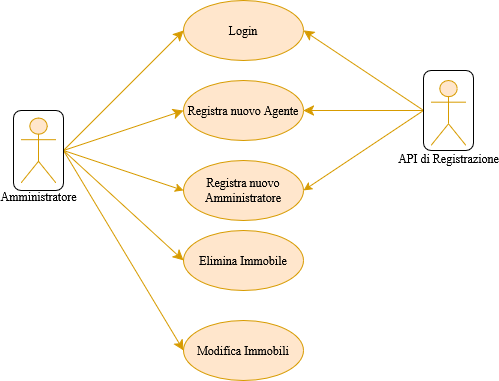
Earlier version of the draw.io export diagrammi/UseCase-Admin.drawio.png (Sperob98/Documentazione-DietiEstates25). Source tidied: cells renumbered, new cells last; positions are measured from the earlier drawing's top-left corner, leaving out a move shared by most shapes.
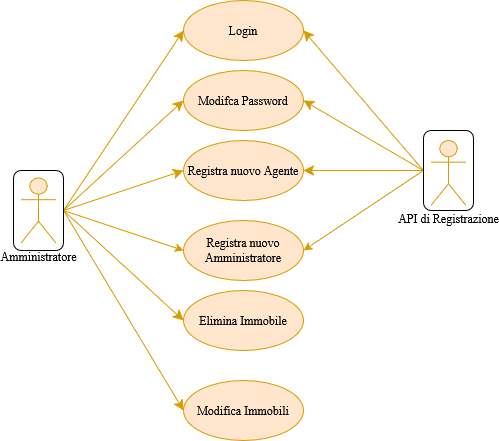
Above is the later version.

The edit, as a diff of the source:
```diff
@@ -15,7 +15,7 @@
       <mxGeometry x="170" y="80" width="120" height="60" as="geometry" />
     </mxCell>
     <mxCell id="6" value="Login" style="ellipse;whiteSpace=wrap;html=1;rounded=0;fillColor=#ffe6cc;strokeColor=#d79b00;" parent="1" vertex="1">
-      <mxGeometry x="170" width="120" height="60" as="geometry" />
+      <mxGeometry x="170" y="-60" width="120" height="60" as="geometry" />
     </mxCell>
     <mxCell id="7" value="Elimina Immobile" style="ellipse;whiteSpace=wrap;html=1;rounded=0;fillColor=#ffe6cc;strokeColor=#d79b00;" parent="1" vertex="1">
       <mxGeometry x="170" y="230" width="120" height="60" as="geometry" />
@@ -38,6 +38,9 @@
     <mxCell id="13" style="rounded=0;jettySize=auto;html=1;exitX=1;exitY=0.5;exitDx=0;exitDy=0;entryX=0;entryY=0.5;entryDx=0;entryDy=0;fillColor=#ffe6cc;strokeColor=#d79b00;" parent="1" edge="1" source="14" target="16">
       <mxGeometry relative="1" as="geometry" />
     </mxCell>
+    <mxCell id="19" style="edgeStyle=none;shape=connector;curved=1;rounded=0;jettySize=auto;html=1;exitX=1;exitY=0.5;exitDx=0;exitDy=0;entryX=0;entryY=0.5;entryDx=0;entryDy=0;strokeColor=#d79b00;align=center;verticalAlign=middle;fontFamily=Helvetica;fontSize=12;fontColor=default;labelBackgroundColor=default;startSize=8;endArrow=classic;endSize=8;fillColor=#ffe6cc;" parent="1" edge="1" source="14" target="21">
+      <mxGeometry relative="1" as="geometry" />
+    </mxCell>
     <mxCell id="14" style="rounded=1;whiteSpace=wrap;html=1;" parent="1" vertex="1">
       <mxGeometry y="110" width="50" height="80" as="geometry" />
     </mxCell>
@@ -47,11 +50,17 @@
     <mxCell id="16" value="Registra nuovo Amministratore" style="ellipse;whiteSpace=wrap;html=1;rounded=0;fillColor=#ffe6cc;strokeColor=#d79b00;" parent="1" vertex="1">
       <mxGeometry x="170" y="160" width="120" height="60" as="geometry" />
     </mxCell>
+    <mxCell id="20" style="edgeStyle=none;shape=connector;curved=1;rounded=0;jettySize=auto;html=1;exitX=0;exitY=0.5;exitDx=0;exitDy=0;entryX=1;entryY=0.5;entryDx=0;entryDy=0;strokeColor=#d79b00;align=center;verticalAlign=middle;fontFamily=Helvetica;fontSize=12;fontColor=default;labelBackgroundColor=default;startSize=8;endArrow=classic;endSize=8;fillColor=#ffe6cc;" parent="1" edge="1" source="17" target="21">
+      <mxGeometry relative="1" as="geometry" />
+    </mxCell>
     <mxCell id="17" style="rounded=1;whiteSpace=wrap;html=1;" parent="1" vertex="1">
       <mxGeometry x="410" y="70" width="50" height="80" as="geometry" />
     </mxCell>
     <mxCell id="18" value="&lt;div&gt;API di Registrazione&lt;/div&gt;&lt;div&gt;&lt;br&gt;&lt;/div&gt;" style="shape=umlActor;verticalLabelPosition=bottom;verticalAlign=top;html=1;rounded=0;fillColor=#ffe6cc;strokeColor=#d79b00;" parent="1" vertex="1">
       <mxGeometry x="417.5" y="80" width="35" height="65" as="geometry" />
     </mxCell>
+    <mxCell id="21" value="Modifca Password" style="ellipse;whiteSpace=wrap;html=1;rounded=0;fillColor=#ffe6cc;strokeColor=#d79b00;" parent="1" vertex="1">
+      <mxGeometry x="170" y="10" width="120" height="60" as="geometry" />
+    </mxCell>
   </root>
 </mxGraphModel>
```
